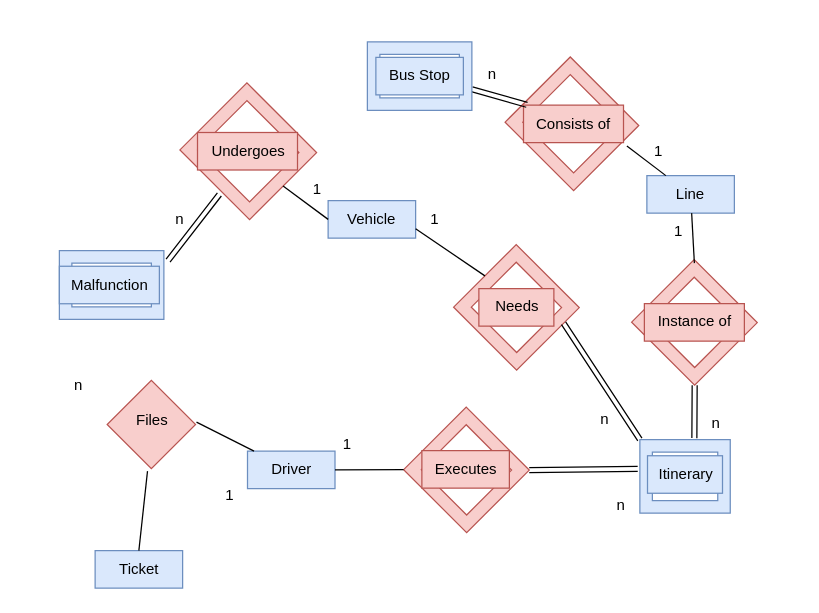
This is Untitled Diagram.drawio from kotsos2000/kotsos2000, a draw.io file, before an edit. Source tidied: cells renumbered, new cells numbered last; positions are measured from the earlier drawing's top-left corner, leaving out a move shared by most shapes. Both pictures are drawn from the tidied source at 125%, with x=0, y=0 at pixel (59, 41).
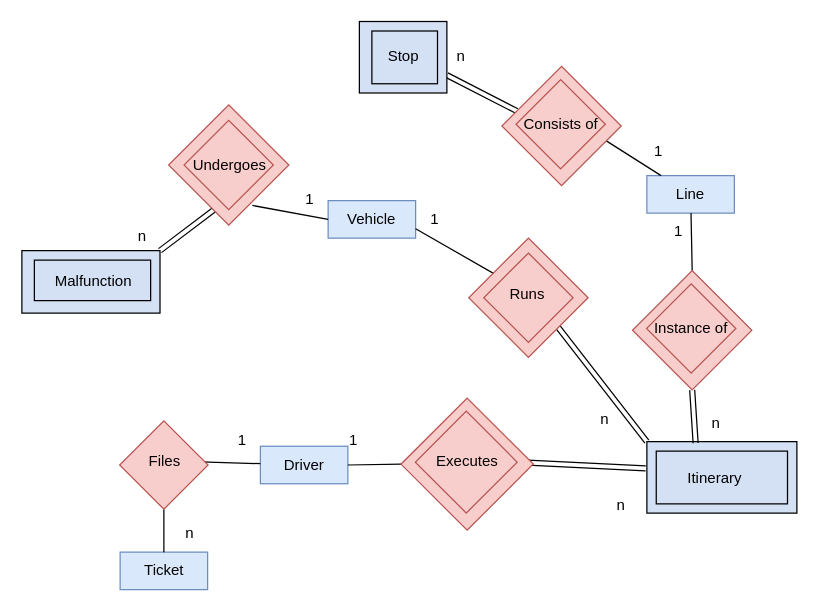
The same diagram, later.

The change refers to these unchanged cells:
```xml
<mxCell id="2" value="&lt;div&gt;Vehicle&lt;/div&gt;" style="rounded=0;whiteSpace=wrap;html=1;fillColor=#dae8fc;strokeColor=#6c8ebf;" parent="1" vertex="1">
  <mxGeometry x="215" y="127" width="70" height="30" as="geometry" />
</mxCell>
<mxCell id="4" value="&lt;div&gt;Line&lt;/div&gt;" style="rounded=0;whiteSpace=wrap;html=1;fillColor=#dae8fc;strokeColor=#6c8ebf;" parent="1" vertex="1">
  <mxGeometry x="470" y="107" width="70" height="30" as="geometry" />
</mxCell>
<mxCell id="11" value="n" style="text;html=1;align=center;verticalAlign=middle;points=[];strokeColor=none;fillColor=none;" parent="1" vertex="1">
  <mxGeometry x="510" y="289.8" width="30" height="30" as="geometry" />
</mxCell>
```

Diff of the diagram source:
```diff
@@
+    <mxCell id="48" style="rounded=0;whiteSpace=wrap;html=1;fillColor=#D4E1F5;" parent="1" vertex="1">
+      <mxGeometry x="470" y="319.8" width="120" height="57.2" as="geometry" />
+    </mxCell>
@@
     <mxCell id="3" value="&lt;div&gt;Driver&lt;/div&gt;" style="rounded=0;whiteSpace=wrap;html=1;fillColor=#dae8fc;strokeColor=#6c8ebf;" parent="1" vertex="1">
-      <mxGeometry x="150.5" y="327.4" width="70" height="30" as="geometry" />
+      <mxGeometry x="160.8" y="323.5" width="70" height="30" as="geometry" />
     </mxCell>
@@
     <mxCell id="5" value="&lt;div&gt;Ticket&lt;/div&gt;" style="rounded=0;whiteSpace=wrap;html=1;fillColor=#dae8fc;strokeColor=#6c8ebf;" parent="1" vertex="1">
-      <mxGeometry x="28.6" y="407" width="70" height="30" as="geometry" />
+      <mxGeometry x="48.6" y="408.2" width="70" height="30" as="geometry" />
     </mxCell>
-    <mxCell id="6" style="verticalLabelPosition=bottom;verticalAlign=top;html=1;shape=mxgraph.basic.frame;dx=10;rotation=45;fillColor=#f8cecc;strokeColor=#b85450;" parent="1" vertex="1">
-      <mxGeometry x="472.4" y="189" width="71.3" height="70.8" as="geometry" />
-    </mxCell>
-    <mxCell id="7" value="Instance of" style="text;html=1;align=center;verticalAlign=middle;strokeColor=#b85450;fillColor=#f8cecc;" parent="1" vertex="1">
-      <mxGeometry x="468" y="209.4" width="80" height="30" as="geometry" />
-    </mxCell>
-    <mxCell id="8" style="endArrow=none;html=1;rounded=0;" parent="1" edge="1" target="4">
-      <mxGeometry relative="1" as="geometry">
-        <mxPoint x="508" y="177" as="sourcePoint" />
-      </mxGeometry>
+    <mxCell id="8" style="endArrow=none;html=1;rounded=0;exitX=0;exitY=0;exitDx=0;exitDy=0;" parent="1" edge="1" source="57" target="4">
+      <mxGeometry relative="1" as="geometry" />
     </mxCell>
-    <mxCell id="9" style="shape=link;html=1;rounded=0;entryX=1;entryY=1;entryDx=0;entryDy=0;entryPerimeter=0;" parent="1" edge="1" target="6">
-      <mxGeometry relative="1" as="geometry">
-        <mxPoint x="508" y="317" as="sourcePoint" />
-      </mxGeometry>
+    <mxCell id="9" style="shape=link;html=1;rounded=0;entryX=1;entryY=1;entryDx=0;entryDy=0;width=-4;exitX=-0.033;exitY=1.039;exitDx=0;exitDy=0;exitPerimeter=0;" parent="1" edge="1" source="11" target="57">
+      <mxGeometry relative="1" as="geometry" />
     </mxCell>
@@
-    <mxCell id="12" style="verticalLabelPosition=bottom;verticalAlign=top;html=1;shape=mxgraph.basic.frame;dx=10;rotation=45;fillColor=#f8cecc;strokeColor=#b85450;" parent="1" vertex="1">
-      <mxGeometry x="290" y="307" width="71.3" height="70.8" as="geometry" />
-    </mxCell>
-    <mxCell id="13" value="Executes" style="text;html=1;align=center;verticalAlign=middle;strokeColor=#b85450;fillColor=#f8cecc;" parent="1" vertex="1">
-      <mxGeometry x="290" y="327" width="70" height="30" as="geometry" />
-    </mxCell>
-    <mxCell id="14" style="endArrow=none;html=1;rounded=0;exitX=1;exitY=0.5;exitDx=0;exitDy=0;entryX=0;entryY=1;entryDx=0;entryDy=0;entryPerimeter=0;" parent="1" edge="1" source="3" target="12">
+    <mxCell id="14" style="endArrow=none;html=1;rounded=0;exitX=1;exitY=0.5;exitDx=0;exitDy=0;entryX=0;entryY=1;entryDx=0;entryDy=0;" parent="1" edge="1" source="3" target="49">
       <mxGeometry relative="1" as="geometry" />
     </mxCell>
-    <mxCell id="15" style="shape=link;html=1;rounded=0;exitX=1;exitY=0;exitDx=0;exitDy=0;exitPerimeter=0;entryX=1.024;entryY=0.601;entryDx=0;entryDy=0;entryPerimeter=0;" parent="1" edge="1" source="12" target="40">
+    <mxCell id="15" style="shape=link;html=1;rounded=0;exitX=1;exitY=0;exitDx=0;exitDy=0;entryX=-0.008;entryY=0.374;entryDx=0;entryDy=0;entryPerimeter=0;" parent="1" edge="1" source="50" target="48">
       <mxGeometry relative="1" as="geometry" />
     </mxCell>
     <mxCell id="16" value="1" style="text;html=1;align=center;verticalAlign=middle;strokeColor=none;fillColor=none;" parent="1" vertex="1">
-      <mxGeometry x="215" y="307" width="30" height="30" as="geometry" />
+      <mxGeometry x="220" y="303.5" width="30" height="30" as="geometry" />
     </mxCell>
@@
-    <mxCell id="18" style="verticalLabelPosition=bottom;verticalAlign=top;html=1;shape=mxgraph.basic.frame;dx=10;rotation=45;fillColor=#f8cecc;strokeColor=#b85450;" parent="1" vertex="1">
-      <mxGeometry x="330" y="177" width="71.3" height="70.8" as="geometry" />
-    </mxCell>
-    <mxCell id="19" style="endArrow=none;html=1;rounded=0;entryX=1;entryY=0.75;entryDx=0;entryDy=0;exitX=0;exitY=0.5;exitDx=0;exitDy=0;exitPerimeter=0;" parent="1" edge="1" source="18" target="2">
+    <mxCell id="19" style="endArrow=none;html=1;rounded=0;entryX=1;entryY=0.75;entryDx=0;entryDy=0;exitX=0.028;exitY=0.009;exitDx=0;exitDy=0;exitPerimeter=0;" parent="1" edge="1" source="61" target="2">
       <mxGeometry relative="1" as="geometry" />
     </mxCell>
-    <mxCell id="20" style="shape=link;html=1;rounded=0;exitX=0;exitY=0;exitDx=71.28;exitDy=17.7;exitPerimeter=0;entryX=1;entryY=1;entryDx=0;entryDy=0;entryPerimeter=0;" parent="1" edge="1" source="18" target="40">
+    <mxCell id="20" style="shape=link;html=1;rounded=0;exitX=1;exitY=0.5;exitDx=0;exitDy=0;entryX=0;entryY=0;entryDx=0;entryDy=0;" parent="1" edge="1" source="59" target="48">
       <mxGeometry relative="1" as="geometry" />
     </mxCell>
-    <mxCell id="21" value="Needs" style="text;html=1;align=center;verticalAlign=middle;strokeColor=#b85450;fillColor=#f8cecc;" parent="1" vertex="1">
-      <mxGeometry x="335.6" y="197.4" width="60" height="30" as="geometry" />
-    </mxCell>
@@
-    <mxCell id="24" style="verticalLabelPosition=bottom;verticalAlign=top;html=1;shape=mxgraph.basic.frame;dx=10;rotation=45;fillColor=#f8cecc;strokeColor=#b85450;" parent="1" vertex="1">
-      <mxGeometry x="371.3" y="28.7" width="77.5" height="73.7" as="geometry" />
-    </mxCell>
-    <mxCell id="25" value="Consists of" style="text;html=1;align=center;verticalAlign=middle;points=[];strokeColor=#b85450;fillColor=#f8cecc;" parent="1" vertex="1">
-      <mxGeometry x="371.3" y="50.6" width="80" height="30" as="geometry" />
-    </mxCell>
-    <mxCell id="26" style="endArrow=none;html=1;rounded=0;exitX=1.034;exitY=1.093;exitDx=0;exitDy=0;exitPerimeter=0;" parent="1" edge="1" source="25" target="4">
+    <mxCell id="26" style="endArrow=none;html=1;rounded=0;exitX=1;exitY=0.25;exitDx=0;exitDy=0;" parent="1" edge="1" source="62" target="4">
       <mxGeometry relative="1" as="geometry" />
     </mxCell>
-    <mxCell id="27" style="shape=link;html=1;rounded=0;exitX=0;exitY=0;exitDx=0;exitDy=16.9275;entryX=0.034;entryY=-0.007;entryDx=0;entryDy=0;entryPerimeter=0;exitPerimeter=0;" parent="1" edge="1" source="42" target="25">
+    <mxCell id="27" style="shape=link;html=1;rounded=0;exitX=1;exitY=0.75;exitDx=0;exitDy=0;entryX=0;entryY=0.75;entryDx=0;entryDy=0;" parent="1" edge="1" source="54" target="62">
       <mxGeometry relative="1" as="geometry" />
     </mxCell>
-    <mxCell id="28" style="verticalLabelPosition=bottom;verticalAlign=top;html=1;shape=mxgraph.basic.frame;dx=10;rotation=45;fillColor=#f8cecc;strokeColor=#b85450;" parent="1" vertex="1">
-      <mxGeometry x="111.7" y="49.6" width="78.8" height="75.8" as="geometry" />
-    </mxCell>
-    <mxCell id="29" value="Undergoes" style="text;html=1;align=center;verticalAlign=middle;strokeColor=#b85450;fillColor=#f8cecc;" parent="1" vertex="1">
-      <mxGeometry x="110.5" y="72.5" width="80" height="30" as="geometry" />
-    </mxCell>
-    <mxCell id="30" style="endArrow=none;html=1;rounded=0;exitX=0;exitY=0.5;exitDx=0;exitDy=0;entryX=1;entryY=0.5;entryDx=0;entryDy=0;entryPerimeter=0;" parent="1" edge="1" source="2" target="28">
+    <mxCell id="30" style="endArrow=none;html=1;rounded=0;exitX=0;exitY=0.5;exitDx=0;exitDy=0;entryX=1.033;entryY=0.64;entryDx=0;entryDy=0;entryPerimeter=0;" parent="1" edge="1" source="2" target="64">
       <mxGeometry relative="1" as="geometry" />
     </mxCell>
     <mxCell id="31" value="1" style="text;html=1;align=center;verticalAlign=middle;strokeColor=none;fillColor=none;" parent="1" vertex="1">
-      <mxGeometry x="190.5" y="102.5" width="30" height="30" as="geometry" />
+      <mxGeometry x="185" y="110.9" width="30" height="30" as="geometry" />
     </mxCell>
-    <mxCell id="32" style="shape=link;html=1;rounded=0;exitX=-0.04;exitY=0.854;exitDx=0;exitDy=0;entryX=0.603;entryY=1.038;entryDx=0;entryDy=0;entryPerimeter=0;exitPerimeter=0;" parent="1" edge="1" source="44" target="28">
+    <mxCell id="32" style="shape=link;html=1;rounded=0;exitX=1;exitY=0;exitDx=0;exitDy=0;entryX=0.75;entryY=1;entryDx=0;entryDy=0;" parent="1" edge="1" source="52" target="64">
       <mxGeometry relative="1" as="geometry" />
     </mxCell>
     <mxCell id="33" value="n" style="text;html=1;align=center;verticalAlign=middle;strokeColor=none;fillColor=none;" parent="1" vertex="1">
-      <mxGeometry x="80.5" y="127" width="30" height="30" as="geometry" />
+      <mxGeometry x="50.5" y="140.9" width="30" height="30" as="geometry" />
     </mxCell>
     <mxCell id="34" value="n" style="text;html=1;align=center;verticalAlign=middle;strokeColor=none;fillColor=none;" parent="1" vertex="1">
-      <mxGeometry x="331.3" y="10.9" width="30" height="30" as="geometry" />
+      <mxGeometry x="305.6" y="-2.7" width="30" height="30" as="geometry" />
     </mxCell>
@@
-    <mxCell id="36" style="endArrow=none;html=1;rounded=0;exitX=1;exitY=0;exitDx=0;exitDy=0;exitPerimeter=0;" parent="1" edge="1" target="3">
+    <mxCell id="36" style="endArrow=none;html=1;rounded=0;" parent="1" edge="1" target="3">
       <mxGeometry relative="1" as="geometry">
-        <mxPoint x="109.7" y="304.2" as="sourcePoint" />
+        <mxPoint x="113" y="336" as="sourcePoint" />
       </mxGeometry>
     </mxCell>
-    <mxCell id="37" style="endArrow=none;html=1;rounded=0;exitX=0.5;exitY=0;exitDx=0;exitDy=0;entryX=1;entryY=1;entryDx=0;entryDy=0;entryPerimeter=0;" parent="1" edge="1" source="5">
-      <mxGeometry relative="1" as="geometry">
-        <mxPoint x="70.5" y="343.4" as="targetPoint" />
-      </mxGeometry>
+    <mxCell id="37" style="endArrow=none;html=1;rounded=0;exitX=0.5;exitY=0;exitDx=0;exitDy=0;entryX=1;entryY=1;entryDx=0;entryDy=0;" parent="1" edge="1" source="5" target="46">
+      <mxGeometry relative="1" as="geometry" />
     </mxCell>
     <mxCell id="38" value="1" style="text;html=1;align=center;verticalAlign=middle;strokeColor=none;fillColor=none;" parent="1" vertex="1">
-      <mxGeometry x="120.5" y="347.8" width="30" height="30" as="geometry" />
+      <mxGeometry x="130.8" y="303.5" width="30" height="30" as="geometry" />
     </mxCell>
     <mxCell id="39" value="n" style="text;html=1;align=center;verticalAlign=middle;strokeColor=none;fillColor=none;" parent="1" vertex="1">
-      <mxGeometry y="259.8" width="30" height="30" as="geometry" />
+      <mxGeometry x="88.6" y="378.2" width="30" height="30" as="geometry" />
     </mxCell>
-    <mxCell id="40" style="verticalLabelPosition=bottom;verticalAlign=top;html=1;shape=mxgraph.basic.frame;dx=10;rotation=-180;fillColor=#dae8fc;strokeColor=#6c8ebf;" parent="1" vertex="1">
-      <mxGeometry x="464.4" y="318.1" width="72.3" height="58.9" as="geometry" />
-    </mxCell>
-    <mxCell id="41" value="Itinerary" style="text;html=1;align=center;verticalAlign=middle;strokeColor=#6c8ebf;fillColor=#dae8fc;" parent="1" vertex="1">
-      <mxGeometry x="470.5" y="331.1" width="60" height="30" as="geometry" />
-    </mxCell>
-    <mxCell id="42" style="verticalLabelPosition=bottom;verticalAlign=top;html=1;shape=mxgraph.basic.frame;dx=10;rotation=-180;fillColor=#dae8fc;strokeColor=#6c8ebf;" parent="1" vertex="1">
-      <mxGeometry x="246.4" y="-0.1" width="83.6" height="54.9" as="geometry" />
-    </mxCell>
-    <mxCell id="43" value="Bus Stop" style="text;html=1;align=center;verticalAlign=middle;strokeColor=#6c8ebf;fillColor=#dae8fc;" parent="1" vertex="1">
-      <mxGeometry x="253.2" y="12.4" width="70" height="30" as="geometry" />
-    </mxCell>
-    <mxCell id="44" style="verticalLabelPosition=bottom;verticalAlign=top;html=1;shape=mxgraph.basic.frame;dx=10;rotation=-180;fillColor=#dae8fc;strokeColor=#6c8ebf;" parent="1" vertex="1">
-      <mxGeometry y="167" width="83.6" height="54.9" as="geometry" />
-    </mxCell>
-    <mxCell id="45" value="Malfunction" style="text;html=1;align=center;verticalAlign=middle;strokeColor=#6c8ebf;fillColor=#dae8fc;" parent="1" vertex="1">
-      <mxGeometry y="179.5" width="80" height="30" as="geometry" />
-    </mxCell>
     <mxCell id="46" style="whiteSpace=wrap;html=1;fillColor=#f8cecc;rotation=45;strokeColor=#b85450;" parent="1" vertex="1">
-      <mxGeometry x="48.6" y="281.1" width="50" height="50" as="geometry" />
+      <mxGeometry x="58.6" y="313.5" width="50" height="50" as="geometry" />
     </mxCell>
     <mxCell id="47" value="Files" style="text;html=1;align=center;verticalAlign=middle;strokeColor=none;fillColor=none;" parent="1" vertex="1">
-      <mxGeometry x="48.6" y="288.1" width="50" height="30" as="geometry" />
+      <mxGeometry x="58.6" y="320.6" width="50" height="30" as="geometry" />
     </mxCell>
+    <mxCell id="49" style="whiteSpace=wrap;html=1;rotation=45;fillColor=#f8cecc;strokeColor=#b85450;" parent="1" vertex="1">
+      <mxGeometry x="288.8" y="300.4" width="74.8" height="74.8" as="geometry" />
+    </mxCell>
+    <mxCell id="50" style="whiteSpace=wrap;html=1;fillColor=#f8cecc;rotation=45;strokeColor=#b85450;" parent="1" vertex="1">
+      <mxGeometry x="296.7" y="307.4" width="57.6" height="57.6" as="geometry" />
+    </mxCell>
+    <mxCell id="51" style="rounded=0;whiteSpace=wrap;html=1;fillColor=#D4E1F5;" parent="1" vertex="1">
+      <mxGeometry x="477.5" y="327.4" width="105" height="42.2" as="geometry" />
+    </mxCell>
+    <mxCell id="41" value="Itinerary" style="text;html=1;align=center;verticalAlign=middle;strokeColor=none;fillColor=none;" parent="1" vertex="1">
+      <mxGeometry x="493.6" y="333.5" width="60" height="30" as="geometry" />
+    </mxCell>
+    <mxCell id="52" style="rounded=0;whiteSpace=wrap;html=1;fillColor=#D4E1F5;" parent="1" vertex="1">
+      <mxGeometry x="-30" y="167" width="110.5" height="50" as="geometry" />
+    </mxCell>
+    <mxCell id="53" style="rounded=0;whiteSpace=wrap;html=1;fillColor=#D4E1F5;" parent="1" vertex="1">
+      <mxGeometry x="-20" y="174.6" width="93" height="32.4" as="geometry" />
+    </mxCell>
+    <mxCell id="45" value="Malfunction" style="text;html=1;align=center;verticalAlign=middle;strokeColor=none;fillColor=none;" parent="1" vertex="1">
+      <mxGeometry x="-13.5" y="177" width="80" height="30" as="geometry" />
+    </mxCell>
+    <mxCell id="54" style="rounded=0;whiteSpace=wrap;html=1;fillColor=#D4E1F5;" parent="1" vertex="1">
+      <mxGeometry x="240" y="-16.3" width="70" height="57.2" as="geometry" />
+    </mxCell>
+    <mxCell id="55" style="rounded=0;whiteSpace=wrap;html=1;fillColor=#D4E1F5;" parent="1" vertex="1">
+      <mxGeometry x="250" y="-8.7" width="52.5" height="42.2" as="geometry" />
+    </mxCell>
+    <mxCell id="56" value="Stop" style="text;html=1;align=center;verticalAlign=middle;strokeColor=none;fillColor=none;" parent="1" vertex="1">
+      <mxGeometry x="250" y="-2.6" width="50" height="30" as="geometry" />
+    </mxCell>
+    <mxCell id="13" value="Executes" style="text;html=1;align=center;verticalAlign=middle;strokeColor=none;fillColor=none;" parent="1" vertex="1">
+      <mxGeometry x="291.3" y="321.2" width="70" height="30" as="geometry" />
+    </mxCell>
+    <mxCell id="57" style="whiteSpace=wrap;html=1;rotation=45;fillColor=#f8cecc;strokeColor=#b85450;" parent="1" vertex="1">
+      <mxGeometry x="472.5" y="197" width="67.5" height="67.5" as="geometry" />
+    </mxCell>
+    <mxCell id="58" style="whiteSpace=wrap;html=1;fillColor=#f8cecc;rotation=45;strokeColor=#b85450;" parent="1" vertex="1">
+      <mxGeometry x="480.2" y="204.1" width="50.5" height="50.5" as="geometry" />
+    </mxCell>
+    <mxCell id="7" value="Instance of" style="text;html=1;align=center;verticalAlign=middle;strokeColor=none;fillColor=none;" parent="1" vertex="1">
+      <mxGeometry x="465" y="214.2" width="80" height="30" as="geometry" />
+    </mxCell>
+    <mxCell id="59" style="whiteSpace=wrap;html=1;rotation=45;fillColor=#f8cecc;strokeColor=#b85450;" parent="1" vertex="1">
+      <mxGeometry x="341.5" y="170.9" width="67.5" height="67.5" as="geometry" />
+    </mxCell>
+    <mxCell id="60" style="whiteSpace=wrap;html=1;fillColor=#f8cecc;rotation=45;strokeColor=#b85450;" parent="1" vertex="1">
+      <mxGeometry x="350" y="179.4" width="50.5" height="50.5" as="geometry" />
+    </mxCell>
+    <mxCell id="61" value="Runs" style="text;html=1;align=center;verticalAlign=middle;points=[];strokeColor=none;fillColor=none;" parent="1" vertex="1">
+      <mxGeometry x="349" y="186.7" width="50" height="30" as="geometry" />
+    </mxCell>
+    <mxCell id="62" style="whiteSpace=wrap;html=1;rotation=45;fillColor=#f8cecc;strokeColor=#b85450;" parent="1" vertex="1">
+      <mxGeometry x="368" y="33.5" width="67.5" height="67.5" as="geometry" />
+    </mxCell>
+    <mxCell id="63" style="whiteSpace=wrap;html=1;fillColor=#f8cecc;rotation=45;strokeColor=#b85450;" parent="1" vertex="1">
+      <mxGeometry x="375.8" y="40.6" width="50.5" height="50.5" as="geometry" />
+    </mxCell>
+    <mxCell id="25" value="Consists of" style="text;html=1;align=center;verticalAlign=middle;points=[];strokeColor=none;fillColor=none;" parent="1" vertex="1">
+      <mxGeometry x="361" y="50.8" width="80" height="30" as="geometry" />
+    </mxCell>
+    <mxCell id="64" style="whiteSpace=wrap;html=1;rotation=45;fillColor=#f8cecc;strokeColor=#b85450;" parent="1" vertex="1">
+      <mxGeometry x="101.5" y="64.5" width="68" height="68" as="geometry" />
+    </mxCell>
+    <mxCell id="65" style="whiteSpace=wrap;html=1;fillColor=#f8cecc;rotation=45;strokeColor=#b85450;" parent="1" vertex="1">
+      <mxGeometry x="110.2" y="73.2" width="50.5" height="50.5" as="geometry" />
+    </mxCell>
+    <mxCell id="29" value="Undergoes" style="text;html=1;align=center;verticalAlign=middle;strokeColor=none;fillColor=none;" parent="1" vertex="1">
+      <mxGeometry x="95.5" y="83.5" width="80" height="30" as="geometry" />
+    </mxCell>
```
